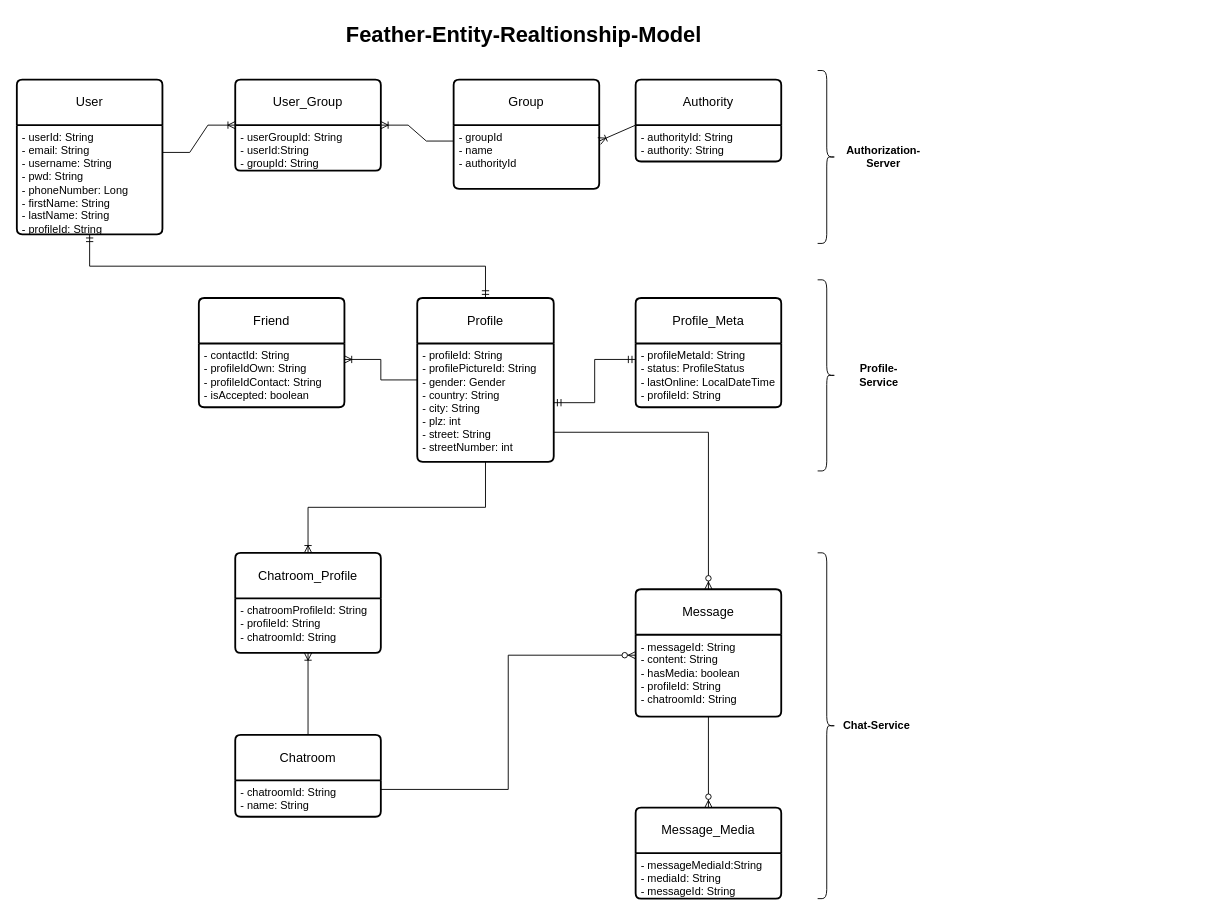
Earlier version of the draw.io diagram Feather-Tables.drawio (soner3/feather). Source tidied: cells renumbered, new cells numbered last; positions are measured from the earlier drawing's top-left corner, leaving out a move shared by most shapes. Both pictures are drawn from the tidied source at 91%, with x=0, y=0 at pixel (16, 15).
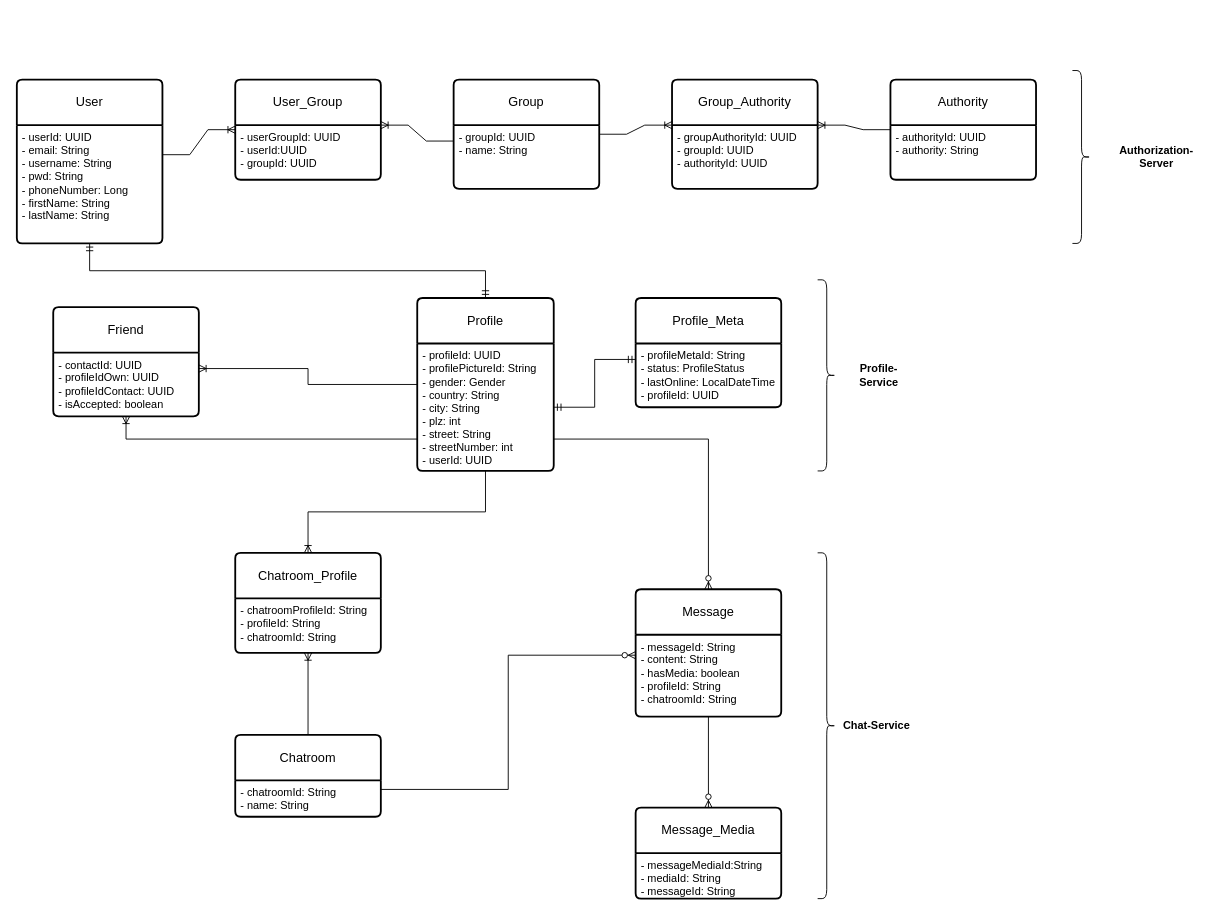
The same page after the edit.

Unchanged cells that the change refers to:
```xml
<mxCell id="12" value="Profile_Meta" style="swimlane;horizontal=1;startSize=50;rounded=1;fontSize=14;fontStyle=0;strokeWidth=2;shadow=0;dashed=0;align=center;arcSize=4;whiteSpace=wrap;html=1;" parent="1" vertex="1">
  <mxGeometry x="680" y="310" width="160" height="120" as="geometry" />
</mxCell>
<mxCell id="38" value="Group" style="swimlane;horizontal=1;startSize=50;rounded=1;fontSize=14;fontStyle=0;strokeWidth=2;shadow=0;dashed=0;align=center;arcSize=4;whiteSpace=wrap;html=1;" parent="1" vertex="1">
  <mxGeometry x="480" y="70" width="160" height="120" as="geometry" />
</mxCell>
```

Change to the diagram source:
```diff
@@
     <mxCell id="2" value="User" style="swimlane;horizontal=1;startSize=50;rounded=1;fontSize=14;fontStyle=0;strokeWidth=2;shadow=0;dashed=0;align=center;arcSize=4;whiteSpace=wrap;html=1;" parent="1" vertex="1">
-      <mxGeometry y="70" width="160" height="170" as="geometry" />
+      <mxGeometry y="70" width="160" height="180" as="geometry" />
     </mxCell>
-    <mxCell id="3" value="- userId: String&lt;br&gt;- email: String&lt;div&gt;- username: String&lt;/div&gt;&lt;div&gt;- pwd: String&lt;/div&gt;&lt;div&gt;-&lt;span style=&quot;background-color: transparent; color: light-dark(rgb(0, 0, 0), rgb(255, 255, 255));&quot;&gt;&amp;nbsp;phoneNumber: Long&lt;/span&gt;&lt;/div&gt;&lt;div&gt;&lt;div&gt;&lt;div&gt;- firstName: String&lt;/div&gt;&lt;div&gt;- lastName: String&lt;/div&gt;&lt;/div&gt;&lt;div&gt;- profileId: String&lt;/div&gt;&lt;/div&gt;&lt;div&gt;&lt;br&gt;&lt;/div&gt;" style="align=left;strokeColor=none;fillColor=none;spacingLeft=4;fontSize=12;verticalAlign=top;html=1;" parent="2" vertex="1">
-      <mxGeometry y="50" width="160" height="120" as="geometry" />
+    <mxCell id="3" value="- userId: UUID&lt;br&gt;- email: String&lt;div&gt;- username: String&lt;/div&gt;&lt;div&gt;- pwd: String&lt;/div&gt;&lt;div&gt;-&lt;span style=&quot;background-color: transparent; color: light-dark(rgb(0, 0, 0), rgb(255, 255, 255));&quot;&gt;&amp;nbsp;phoneNumber: Long&lt;/span&gt;&lt;/div&gt;&lt;div&gt;&lt;div&gt;&lt;div&gt;- firstName: String&lt;/div&gt;&lt;div&gt;- lastName: String&lt;/div&gt;&lt;/div&gt;&lt;/div&gt;" style="align=left;strokeColor=none;fillColor=none;spacingLeft=4;fontSize=12;verticalAlign=top;html=1;" parent="2" vertex="1">
+      <mxGeometry y="50" width="160" height="130" as="geometry" />
     </mxCell>
     <mxCell id="4" value="User_Group" style="swimlane;horizontal=1;startSize=50;rounded=1;fontSize=14;fontStyle=0;strokeWidth=2;shadow=0;dashed=0;align=center;arcSize=4;whiteSpace=wrap;html=1;" parent="1" vertex="1">
-      <mxGeometry x="240" y="70" width="160" height="100" as="geometry" />
+      <mxGeometry x="240" y="70" width="160" height="110" as="geometry" />
     </mxCell>
-    <mxCell id="5" value="&lt;div&gt;&lt;span style=&quot;background-color: transparent; color: light-dark(rgb(0, 0, 0), rgb(255, 255, 255));&quot;&gt;- userGroupId: String&lt;/span&gt;&lt;/div&gt;- userId:String&lt;div&gt;- groupId: String&lt;/div&gt;" style="align=left;strokeColor=none;fillColor=none;spacingLeft=4;fontSize=12;verticalAlign=top;html=1;" parent="4" vertex="1">
-      <mxGeometry y="50" width="160" height="50" as="geometry" />
+    <mxCell id="5" value="&lt;div&gt;&lt;span style=&quot;background-color: transparent; color: light-dark(rgb(0, 0, 0), rgb(255, 255, 255));&quot;&gt;- userGroupId:&amp;nbsp;&lt;/span&gt;&lt;span style=&quot;background-color: transparent; color: light-dark(rgb(0, 0, 0), rgb(255, 255, 255));&quot;&gt;UUID&lt;/span&gt;&lt;/div&gt;- userId:UUID&lt;div&gt;- groupId:&amp;nbsp;&lt;span style=&quot;background-color: transparent; color: light-dark(rgb(0, 0, 0), rgb(255, 255, 255));&quot;&gt;UUID&lt;/span&gt;&lt;/div&gt;" style="align=left;strokeColor=none;fillColor=none;spacingLeft=4;fontSize=12;verticalAlign=top;html=1;" parent="4" vertex="1">
+      <mxGeometry y="50" width="160" height="60" as="geometry" />
     </mxCell>
     <mxCell id="6" value="Authority" style="swimlane;horizontal=1;startSize=50;rounded=1;fontSize=14;fontStyle=0;strokeWidth=2;shadow=0;dashed=0;align=center;arcSize=4;whiteSpace=wrap;html=1;" parent="1" vertex="1">
-      <mxGeometry x="680" y="70" width="160" height="90" as="geometry" />
+      <mxGeometry x="960" y="70" width="160" height="110" as="geometry" />
     </mxCell>
-    <mxCell id="7" value="&lt;div&gt;&lt;div&gt;- authorityId: String&lt;/div&gt;&lt;div&gt;- authority: String&lt;/div&gt;&lt;/div&gt;" style="align=left;strokeColor=none;fillColor=none;spacingLeft=4;fontSize=12;verticalAlign=top;html=1;" parent="6" vertex="1">
-      <mxGeometry y="50" width="160" height="40" as="geometry" />
+    <mxCell id="7" value="&lt;div&gt;&lt;div&gt;- authorityId:&amp;nbsp;&lt;span style=&quot;background-color: transparent; color: light-dark(rgb(0, 0, 0), rgb(255, 255, 255));&quot;&gt;UUID&lt;/span&gt;&lt;/div&gt;&lt;div&gt;- authority:&amp;nbsp;&lt;span style=&quot;background-color: transparent; color: light-dark(rgb(0, 0, 0), rgb(255, 255, 255));&quot;&gt;String&lt;/span&gt;&lt;/div&gt;&lt;/div&gt;&lt;div&gt;&lt;br&gt;&lt;/div&gt;" style="align=left;strokeColor=none;fillColor=none;spacingLeft=4;fontSize=12;verticalAlign=top;html=1;" parent="6" vertex="1">
+      <mxGeometry y="50" width="160" height="60" as="geometry" />
     </mxCell>
     <mxCell id="8" value="Profile" style="swimlane;horizontal=1;startSize=50;rounded=1;fontSize=14;fontStyle=0;strokeWidth=2;shadow=0;dashed=0;align=center;arcSize=4;whiteSpace=wrap;html=1;" parent="1" vertex="1">
-      <mxGeometry x="440" y="310" width="150" height="180" as="geometry" />
+      <mxGeometry x="440" y="310" width="150" height="190" as="geometry" />
     </mxCell>
-    <mxCell id="9" value="&lt;div&gt;- profileId: String&lt;/div&gt;&lt;div&gt;- profilePictureId: String&lt;/div&gt;&lt;div&gt;- gender: Gender&lt;/div&gt;&lt;div&gt;- country: String&lt;/div&gt;&lt;div&gt;- city: String&lt;/div&gt;&lt;div&gt;- plz: int&lt;/div&gt;&lt;div&gt;- street: String&lt;/div&gt;&lt;div&gt;- streetNumber: int&lt;/div&gt;" style="align=left;strokeColor=none;fillColor=none;spacingLeft=4;fontSize=12;verticalAlign=top;html=1;" parent="8" vertex="1">
-      <mxGeometry y="50" width="150" height="130" as="geometry" />
+    <mxCell id="9" value="&lt;div&gt;- profileId:&amp;nbsp;&lt;span style=&quot;background-color: transparent; color: light-dark(rgb(0, 0, 0), rgb(255, 255, 255));&quot;&gt;UUID&lt;/span&gt;&lt;/div&gt;&lt;div&gt;- profilePictureId: String&lt;/div&gt;&lt;div&gt;- gender: Gender&lt;/div&gt;&lt;div&gt;- country: String&lt;/div&gt;&lt;div&gt;- city: String&lt;/div&gt;&lt;div&gt;- plz: int&lt;/div&gt;&lt;div&gt;- street: String&lt;/div&gt;&lt;div&gt;- streetNumber: int&lt;/div&gt;&lt;div&gt;- userId:&amp;nbsp;&lt;span style=&quot;background-color: transparent; color: light-dark(rgb(0, 0, 0), rgb(255, 255, 255));&quot;&gt;UUID&lt;/span&gt;&lt;/div&gt;" style="align=left;strokeColor=none;fillColor=none;spacingLeft=4;fontSize=12;verticalAlign=top;html=1;" parent="8" vertex="1">
+      <mxGeometry y="50" width="150" height="140" as="geometry" />
     </mxCell>
@@
-    <mxCell id="13" value="&lt;div&gt;- profileMetaId: String&lt;/div&gt;&lt;div&gt;&lt;div&gt;- status: ProfileStatus&lt;div&gt;- lastOnline: LocalDateTime&lt;/div&gt;&lt;/div&gt;&lt;/div&gt;&lt;div&gt;- profileId: String&lt;/div&gt;" style="align=left;strokeColor=none;fillColor=none;spacingLeft=4;fontSize=12;verticalAlign=top;html=1;" parent="12" vertex="1">
+    <mxCell id="13" value="&lt;div&gt;- profileMetaId: String&lt;/div&gt;&lt;div&gt;&lt;div&gt;- status: ProfileStatus&lt;div&gt;- lastOnline: LocalDateTime&lt;/div&gt;&lt;/div&gt;&lt;/div&gt;&lt;div&gt;- profileId:&amp;nbsp;&lt;span style=&quot;background-color: transparent; color: light-dark(rgb(0, 0, 0), rgb(255, 255, 255));&quot;&gt;UUID&lt;/span&gt;&lt;/div&gt;" style="align=left;strokeColor=none;fillColor=none;spacingLeft=4;fontSize=12;verticalAlign=top;html=1;" parent="12" vertex="1">
       <mxGeometry y="50" width="160" height="70" as="geometry" />
     </mxCell>
-    <mxCell id="14" value="&lt;h1 style=&quot;margin-top: 0px;&quot;&gt;Feather-Entity-Realtionship-Model&lt;/h1&gt;" style="text;html=1;whiteSpace=wrap;overflow=hidden;rounded=0;" parent="1" vertex="1">
-      <mxGeometry x="360" width="400" height="40" as="geometry" />
-    </mxCell>
     <mxCell id="15" value="Friend" style="swimlane;horizontal=1;startSize=50;rounded=1;fontSize=14;fontStyle=0;strokeWidth=2;shadow=0;dashed=0;align=center;arcSize=4;whiteSpace=wrap;html=1;" parent="1" vertex="1">
-      <mxGeometry x="200" y="310" width="160" height="120" as="geometry" />
+      <mxGeometry x="40" y="320" width="160" height="120" as="geometry" />
     </mxCell>
-    <mxCell id="16" value="&lt;div&gt;- contactId: String&lt;/div&gt;&lt;div&gt;- profileIdOwn: String&lt;/div&gt;&lt;div&gt;- profileIdContact: String&lt;/div&gt;&lt;div&gt;- isAccepted: boolean&lt;/div&gt;" style="align=left;strokeColor=none;fillColor=none;spacingLeft=4;fontSize=12;verticalAlign=top;html=1;" parent="15" vertex="1">
+    <mxCell id="16" value="&lt;div&gt;- contactId:&amp;nbsp;&lt;span style=&quot;background-color: transparent; color: light-dark(rgb(0, 0, 0), rgb(255, 255, 255));&quot;&gt;UUID&lt;/span&gt;&lt;/div&gt;&lt;div&gt;- profileIdOwn:&amp;nbsp;&lt;span style=&quot;background-color: transparent; color: light-dark(rgb(0, 0, 0), rgb(255, 255, 255));&quot;&gt;UUID&lt;/span&gt;&lt;/div&gt;&lt;div&gt;- profileIdContact:&amp;nbsp;&lt;span style=&quot;background-color: transparent; color: light-dark(rgb(0, 0, 0), rgb(255, 255, 255));&quot;&gt;UUID&lt;/span&gt;&lt;/div&gt;&lt;div&gt;- isAccepted: boolean&lt;/div&gt;" style="align=left;strokeColor=none;fillColor=none;spacingLeft=4;fontSize=12;verticalAlign=top;html=1;" parent="15" vertex="1">
       <mxGeometry y="50" width="160" height="70" as="geometry" />
     </mxCell>
@@
     <mxCell id="36" style="shape=curlyBracket;whiteSpace=wrap;html=1;rounded=1;flipH=1;labelPosition=right;verticalLabelPosition=middle;align=left;verticalAlign=middle;" parent="1" vertex="1">
-      <mxGeometry x="880" y="60" width="20" height="190" as="geometry" />
+      <mxGeometry x="1160" y="60" width="20" height="190" as="geometry" />
     </mxCell>
     <mxCell id="37" value="&lt;b&gt;Authorization-Server&lt;/b&gt;" style="text;html=1;align=center;verticalAlign=middle;whiteSpace=wrap;rounded=0;" parent="1" vertex="1">
-      <mxGeometry x="900" y="140" width="105" height="30" as="geometry" />
+      <mxGeometry x="1200" y="140" width="105" height="30" as="geometry" />
     </mxCell>
@@
-    <mxCell id="39" value="- groupId&lt;div&gt;- name&lt;/div&gt;&lt;div&gt;- authorityId&lt;/div&gt;" style="align=left;strokeColor=none;fillColor=none;spacingLeft=4;fontSize=12;verticalAlign=top;html=1;" parent="38" vertex="1">
+    <mxCell id="39" value="- groupId: UUID&lt;div&gt;- name: String&lt;/div&gt;" style="align=left;strokeColor=none;fillColor=none;spacingLeft=4;fontSize=12;verticalAlign=top;html=1;" parent="38" vertex="1">
       <mxGeometry y="50" width="160" height="70" as="geometry" />
     </mxCell>
@@
-    <mxCell id="42" style="fontSize=12;html=1;endArrow=ERoneToMany;rounded=0;entryX=1;entryY=0.25;entryDx=0;entryDy=0;exitX=0;exitY=0;exitDx=0;exitDy=0;" parent="1" edge="1" source="7" target="39">
-      <mxGeometry relative="1" as="geometry" />
-    </mxCell>
+    <mxCell id="43" value="Group_Authority" style="swimlane;horizontal=1;startSize=50;rounded=1;fontSize=14;fontStyle=0;strokeWidth=2;shadow=0;dashed=0;align=center;arcSize=4;whiteSpace=wrap;html=1;" parent="1" vertex="1">
+      <mxGeometry x="720" y="70" width="160" height="120" as="geometry" />
+    </mxCell>
+    <mxCell id="44" value="- groupAuthorityId: UUID&lt;div&gt;- groupId:&amp;nbsp;&lt;span style=&quot;background-color: transparent; color: light-dark(rgb(0, 0, 0), rgb(255, 255, 255));&quot;&gt;UUID&lt;/span&gt;&lt;/div&gt;&lt;div&gt;-&amp;nbsp;&lt;span style=&quot;background-color: transparent; color: light-dark(rgb(0, 0, 0), rgb(255, 255, 255));&quot;&gt;authorityId:&amp;nbsp;&lt;/span&gt;&lt;span style=&quot;background-color: transparent; color: light-dark(rgb(0, 0, 0), rgb(255, 255, 255));&quot;&gt;UUID&lt;/span&gt;&lt;/div&gt;" style="align=left;strokeColor=none;fillColor=none;spacingLeft=4;fontSize=12;verticalAlign=top;html=1;" parent="43" vertex="1">
+      <mxGeometry y="50" width="160" height="70" as="geometry" />
+    </mxCell>
+    <mxCell id="45" style="edgeStyle=entityRelationEdgeStyle;fontSize=12;html=1;endArrow=ERoneToMany;rounded=0;exitX=1;exitY=0.5;exitDx=0;exitDy=0;entryX=0;entryY=0;entryDx=0;entryDy=0;" parent="1" edge="1" source="38" target="44">
+      <mxGeometry relative="1" as="geometry" />
+    </mxCell>
+    <mxCell id="46" style="edgeStyle=entityRelationEdgeStyle;fontSize=12;html=1;endArrow=ERoneToMany;rounded=0;entryX=1;entryY=0;entryDx=0;entryDy=0;exitX=0;exitY=0.5;exitDx=0;exitDy=0;" parent="1" edge="1" source="6" target="44">
+      <mxGeometry relative="1" as="geometry" />
+    </mxCell>
+    <mxCell id="47" style="edgeStyle=orthogonalEdgeStyle;fontSize=12;html=1;endArrow=ERoneToMany;rounded=0;exitX=0;exitY=0.75;exitDx=0;exitDy=0;entryX=0.5;entryY=1;entryDx=0;entryDy=0;" parent="1" edge="1" source="9" target="16">
+      <mxGeometry relative="1" as="geometry" />
+    </mxCell>
```
